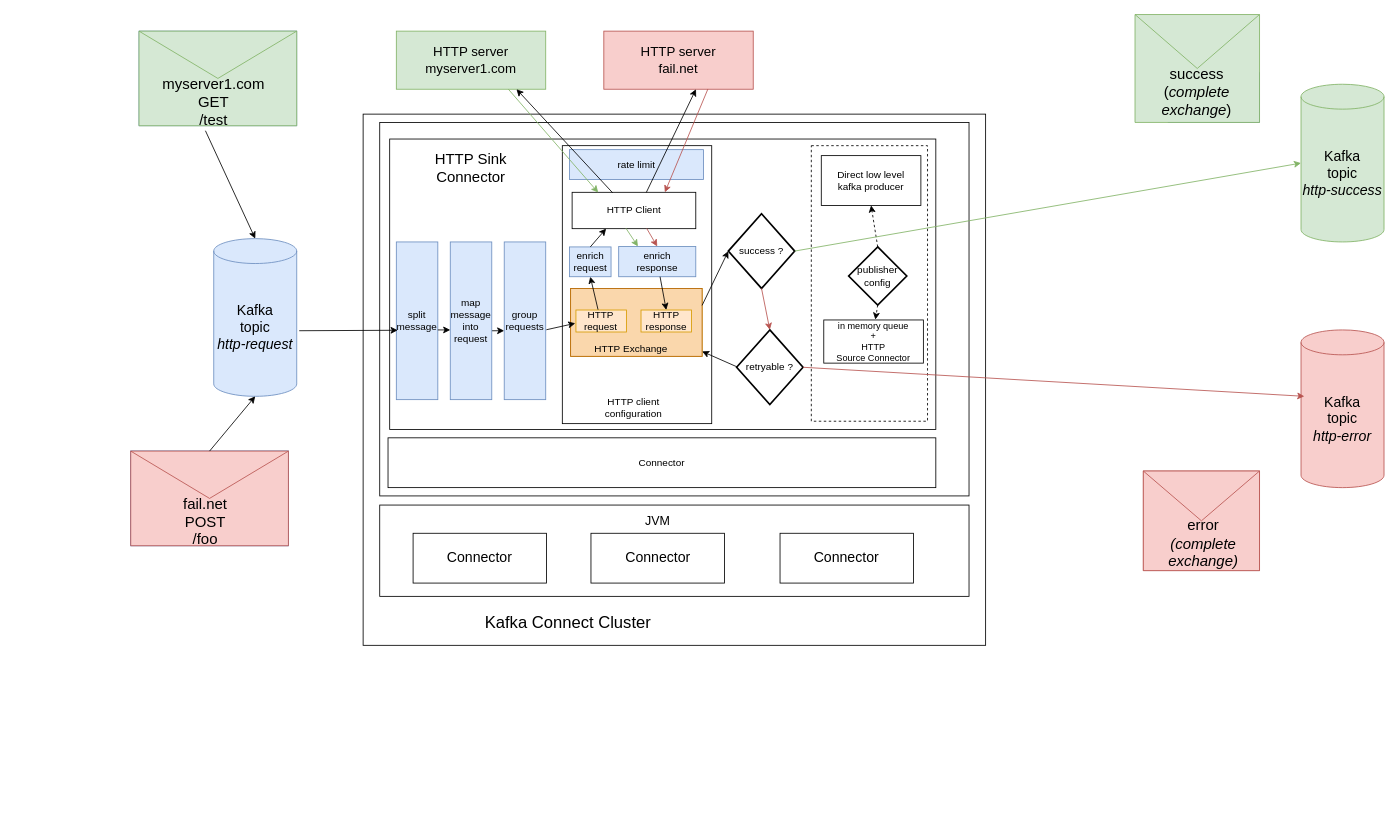
Above: docs/architecture_options_2.drawio in clescot/kafka-connect-http (draw.io), before the change. Source tidied: cells renumbered, new cells numbered last; positions are measured from the earlier drawing's top-left corner, leaving out a move shared by most shapes. Both pictures are drawn from the tidied source at 83%, with x=0, y=0 at pixel (130, 14).
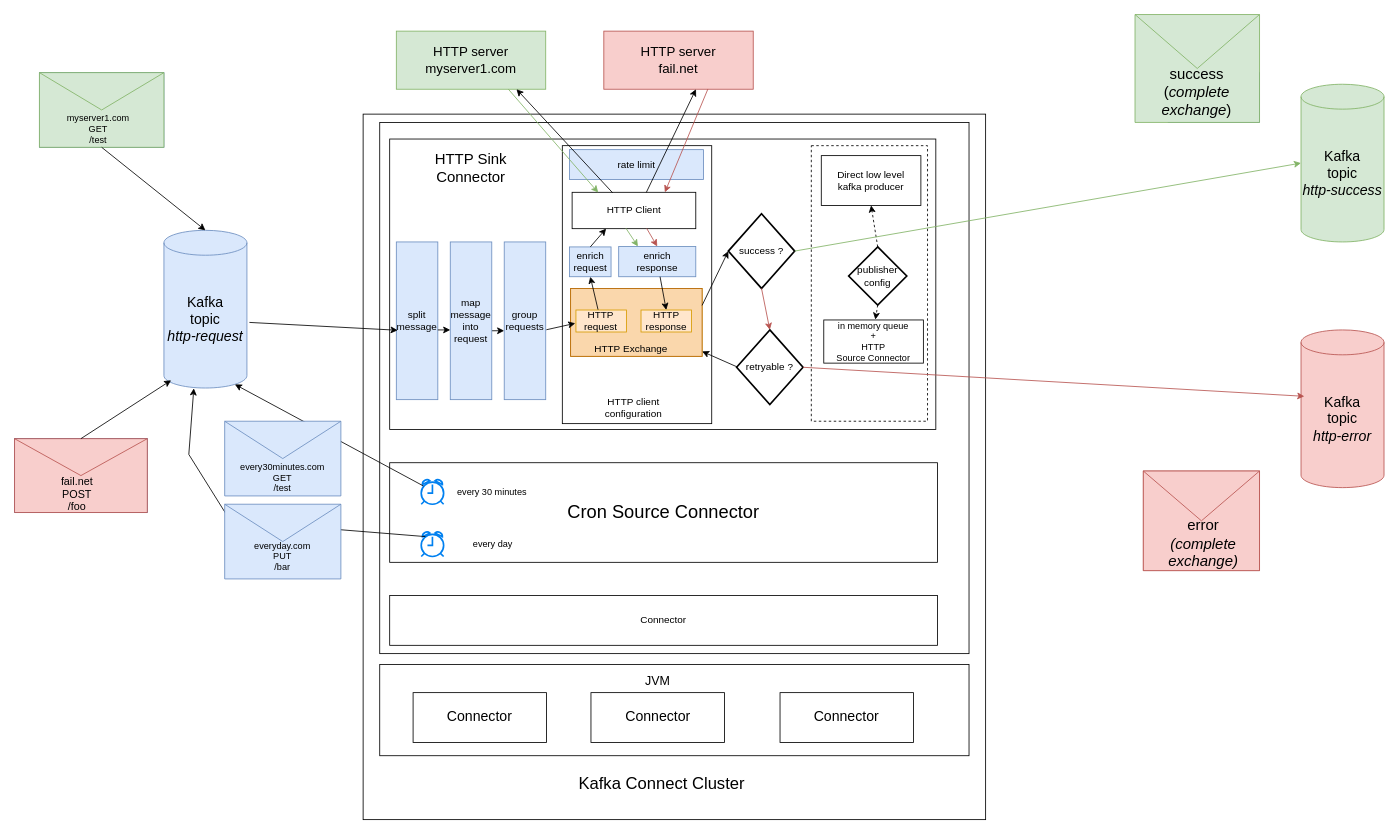
The same diagram, later.

Change to the diagram source:
```diff
@@
     <mxCell id="2" value="&lt;font style=&quot;font-size: 17px;&quot;&gt;Kafka&lt;/font&gt;&lt;div style=&quot;font-size: 17px;&quot;&gt;&lt;font style=&quot;font-size: 17px;&quot;&gt;topic&lt;/font&gt;&lt;/div&gt;&lt;div style=&quot;font-size: 17px;&quot;&gt;&lt;i style=&quot;&quot;&gt;&lt;font style=&quot;font-size: 17px;&quot;&gt;http-request&lt;/font&gt;&lt;/i&gt;&lt;/div&gt;" style="shape=cylinder3;whiteSpace=wrap;html=1;boundedLbl=1;backgroundOutline=1;size=15;fillColor=#dae8fc;strokeColor=#6c8ebf;" parent="1" vertex="1">
-      <mxGeometry x="100" y="270" width="100" height="190" as="geometry" />
+      <mxGeometry x="40" y="260" width="100" height="190" as="geometry" />
     </mxCell>
     <mxCell id="3" style="rounded=0;whiteSpace=wrap;html=1;" parent="1" vertex="1">
-      <mxGeometry x="280" y="120" width="750" height="640" as="geometry" />
+      <mxGeometry x="280" y="120" width="750" height="850" as="geometry" />
     </mxCell>
     <mxCell id="4" style="rounded=0;whiteSpace=wrap;html=1;" parent="1" vertex="1">
-      <mxGeometry x="300" y="130" width="710" height="450" as="geometry" />
+      <mxGeometry x="300" y="130" width="710" height="640" as="geometry" />
     </mxCell>
     <mxCell id="5" value="&lt;font style=&quot;font-size: 20px;&quot;&gt;Kafka Connect Cluster&lt;/font&gt;" style="text;html=1;align=center;verticalAlign=middle;whiteSpace=wrap;rounded=0;" parent="1" vertex="1">
-      <mxGeometry x="422" y="717" width="210" height="30" as="geometry" />
+      <mxGeometry x="535" y="910" width="210" height="30" as="geometry" />
     </mxCell>
     <mxCell id="6" style="group;fillColor=#dae8fc;strokeColor=#6c8ebf;" parent="1" vertex="1">
-      <mxGeometry y="526" width="190" height="114" as="geometry" />
+      <mxGeometry x="-140" y="511" width="160" height="89" as="geometry" />
     </mxCell>
     <mxCell id="7" style="group;fillColor=#dae8fc;strokeColor=#6c8ebf;" parent="6" vertex="1">
-      <mxGeometry width="190" height="114" as="geometry" />
+      <mxGeometry width="160" height="89" as="geometry" />
     </mxCell>
     <mxCell id="8" style="shape=message;html=1;html=1;outlineConnect=0;labelPosition=center;verticalLabelPosition=bottom;align=center;verticalAlign=top;fillColor=#f8cecc;strokeColor=#b85450;" parent="7" vertex="1">
-      <mxGeometry width="190" height="114" as="geometry" />
+      <mxGeometry width="160" height="89" as="geometry" />
     </mxCell>
-    <mxCell id="9" value="&lt;font style=&quot;font-size: 18px;&quot;&gt;fail.net&lt;/font&gt;&lt;div style=&quot;font-size: 18px;&quot;&gt;&lt;font style=&quot;font-size: 18px;&quot;&gt;POST&lt;/font&gt;&lt;/div&gt;&lt;div style=&quot;font-size: 18px;&quot;&gt;&lt;font style=&quot;font-size: 18px;&quot;&gt;/foo&lt;/font&gt;&lt;/div&gt;" style="text;html=1;align=center;verticalAlign=middle;whiteSpace=wrap;rounded=0;" parent="7" vertex="1">
-      <mxGeometry x="10" y="68.8" width="160" height="34.2" as="geometry" />
+    <mxCell id="9" value="&lt;font style=&quot;font-size: 13px;&quot;&gt;fail.net&lt;/font&gt;&lt;div style=&quot;font-size: 13px;&quot;&gt;&lt;font style=&quot;font-size: 13px;&quot;&gt;POST&lt;/font&gt;&lt;/div&gt;&lt;div style=&quot;font-size: 13px;&quot;&gt;&lt;font style=&quot;font-size: 13px;&quot;&gt;/foo&lt;/font&gt;&lt;/div&gt;" style="text;html=1;align=center;verticalAlign=middle;whiteSpace=wrap;rounded=0;" parent="7" vertex="1">
+      <mxGeometry x="8.4" y="53.7" width="134.7" height="26.7" as="geometry" />
     </mxCell>
     <mxCell id="10" style="group;fillColor=#dae8fc;strokeColor=#6c8ebf;" parent="1" vertex="1">
-      <mxGeometry x="10" y="20" width="190" height="114" as="geometry" />
+      <mxGeometry x="-110" y="70" width="150" height="90" as="geometry" />
     </mxCell>
     <mxCell id="11" style="shape=message;html=1;html=1;outlineConnect=0;labelPosition=center;verticalLabelPosition=bottom;align=center;verticalAlign=top;fillColor=#d5e8d4;strokeColor=#82b366;" parent="10" vertex="1">
-      <mxGeometry width="190" height="114" as="geometry" />
+      <mxGeometry width="150" height="90" as="geometry" />
     </mxCell>
-    <mxCell id="12" value="&lt;div style=&quot;font-size: 18px;&quot;&gt;&lt;font style=&quot;font-size: 18px;&quot;&gt;myserver1.com&lt;/font&gt;&lt;/div&gt;&lt;div style=&quot;font-size: 18px;&quot;&gt;&lt;font style=&quot;font-size: 18px;&quot;&gt;GET&lt;/font&gt;&lt;/div&gt;&lt;div style=&quot;font-size: 18px;&quot;&gt;&lt;font style=&quot;font-size: 18px;&quot;&gt;/test&lt;/font&gt;&lt;/div&gt;" style="text;html=1;align=center;verticalAlign=middle;whiteSpace=wrap;rounded=0;" parent="10" vertex="1">
-      <mxGeometry x="10" y="68.8" width="160" height="34.2" as="geometry" />
+    <mxCell id="12" value="&lt;div style=&quot;font-size: 11px;&quot;&gt;&lt;font style=&quot;font-size: 11px;&quot;&gt;myserver1.com&lt;/font&gt;&lt;/div&gt;&lt;div style=&quot;font-size: 11px;&quot;&gt;&lt;font style=&quot;font-size: 11px;&quot;&gt;GET&lt;/font&gt;&lt;/div&gt;&lt;div style=&quot;font-size: 11px;&quot;&gt;&lt;font style=&quot;font-size: 11px;&quot;&gt;/test&lt;/font&gt;&lt;/div&gt;" style="text;html=1;align=center;verticalAlign=middle;whiteSpace=wrap;rounded=0;" parent="10" vertex="1">
+      <mxGeometry x="7.9" y="54.3" width="126.3" height="27" as="geometry" />
     </mxCell>
@@
-    <mxCell id="15" style="endArrow=classic;html=1;rounded=0;entryX=0.5;entryY=0;entryDx=0;entryDy=0;entryPerimeter=0;fillColor=#d5e8d4;strokeColor=#000000;" parent="1" edge="1" target="2">
-      <mxGeometry relative="1" as="geometry">
-        <mxPoint x="90" y="140" as="sourcePoint" />
-      </mxGeometry>
+    <mxCell id="15" style="endArrow=classic;html=1;rounded=0;entryX=0.5;entryY=0;entryDx=0;entryDy=0;entryPerimeter=0;fillColor=#d5e8d4;strokeColor=#000000;exitX=0.5;exitY=1;exitDx=0;exitDy=0;" parent="1" edge="1" source="11" target="2">
+      <mxGeometry relative="1" as="geometry" />
     </mxCell>
-    <mxCell id="16" style="endArrow=classic;html=1;rounded=0;entryX=0.5;entryY=1;entryDx=0;entryDy=0;entryPerimeter=0;exitX=0.5;exitY=0;exitDx=0;exitDy=0;fillColor=#f8cecc;strokeColor=#000000;" parent="1" edge="1" source="8" target="2">
+    <mxCell id="16" style="endArrow=classic;html=1;rounded=0;entryX=0.087;entryY=0.951;entryDx=0;entryDy=0;entryPerimeter=0;exitX=0.5;exitY=0;exitDx=0;exitDy=0;fillColor=#f8cecc;strokeColor=#000000;" parent="1" edge="1" source="8" target="2">
       <mxGeometry relative="1" as="geometry" />
     </mxCell>
@@
     <mxCell id="19" value="Connector" style="rounded=0;whiteSpace=wrap;html=1;" parent="1" vertex="1">
-      <mxGeometry x="310" y="510" width="660" height="60" as="geometry" />
+      <mxGeometry x="312" y="700" width="660" height="60" as="geometry" />
     </mxCell>
@@
     <mxCell id="44" style="group;" parent="1" vertex="1">
-      <mxGeometry x="300" y="591" width="710" height="110" as="geometry" />
+      <mxGeometry x="300" y="783" width="710" height="110" as="geometry" />
     </mxCell>
@@
+    <mxCell id="77" value="&lt;font style=&quot;font-size: 22px;&quot;&gt;Cron Source Connector&lt;/font&gt;" style="rounded=0;whiteSpace=wrap;html=1;" parent="1" vertex="1">
+      <mxGeometry x="312" y="540" width="660" height="120" as="geometry" />
+    </mxCell>
+    <mxCell id="78" style="html=1;verticalLabelPosition=bottom;align=center;labelBackgroundColor=#ffffff;verticalAlign=top;strokeWidth=2;strokeColor=#0080F0;shadow=0;dashed=0;shape=mxgraph.ios7.icons.alarm_clock;" parent="1" vertex="1">
+      <mxGeometry x="350" y="560" width="27" height="30" as="geometry" />
+    </mxCell>
+    <mxCell id="79" style="endArrow=classic;html=1;rounded=0;entryX=0.855;entryY=1;entryDx=0;entryDy=-4.35;entryPerimeter=0;fillColor=#d5e8d4;strokeColor=#000000;exitX=0.099;exitY=0.267;exitDx=0;exitDy=0;exitPerimeter=0;" parent="1" edge="1" source="78" target="2">
+      <mxGeometry relative="1" as="geometry" />
+    </mxCell>
+    <mxCell id="80" style="group;" parent="1" vertex="1">
+      <mxGeometry x="113.2" y="490" width="140" height="90" as="geometry" />
+    </mxCell>
+    <mxCell id="81" style="shape=message;html=1;html=1;labelPosition=center;verticalLabelPosition=bottom;align=center;verticalAlign=top;fillColor=#dae8fc;strokeColor=#6c8ebf;" parent="80" vertex="1">
+      <mxGeometry width="140" height="90" as="geometry" />
+    </mxCell>
+    <mxCell id="82" value="&lt;div style=&quot;font-size: 11px;&quot;&gt;&lt;font style=&quot;font-size: 11px;&quot;&gt;every30minutes.com&lt;/font&gt;&lt;/div&gt;&lt;div style=&quot;font-size: 11px;&quot;&gt;&lt;font style=&quot;font-size: 11px;&quot;&gt;GET&lt;/font&gt;&lt;/div&gt;&lt;div style=&quot;font-size: 11px;&quot;&gt;&lt;font style=&quot;font-size: 11px;&quot;&gt;/test&lt;/font&gt;&lt;/div&gt;" style="text;html=1;align=center;verticalAlign=middle;whiteSpace=wrap;rounded=0;" parent="80" vertex="1">
+      <mxGeometry x="6.8" y="60" width="126.3" height="15" as="geometry" />
+    </mxCell>
+    <mxCell id="83" style="html=1;verticalLabelPosition=bottom;align=center;labelBackgroundColor=#ffffff;verticalAlign=top;strokeWidth=2;strokeColor=#0080F0;shadow=0;dashed=0;shape=mxgraph.ios7.icons.alarm_clock;" parent="1" vertex="1">
+      <mxGeometry x="350" y="623" width="27" height="30" as="geometry" />
+    </mxCell>
+    <mxCell id="84" value="&lt;div style=&quot;font-size: 11px;&quot;&gt;every 30 minutes&lt;/div&gt;" style="text;html=1;align=center;verticalAlign=middle;whiteSpace=wrap;rounded=0;" parent="1" vertex="1">
+      <mxGeometry x="384" y="567.5" width="103.3" height="15" as="geometry" />
+    </mxCell>
+    <mxCell id="85" value="&lt;div style=&quot;font-size: 11px;&quot;&gt;every day&lt;/div&gt;" style="text;html=1;align=center;verticalAlign=middle;whiteSpace=wrap;rounded=0;" parent="1" vertex="1">
+      <mxGeometry x="385" y="630.5" width="103.3" height="15" as="geometry" />
+    </mxCell>
+    <mxCell id="86" style="endArrow=classic;html=1;rounded=0;exitX=0.185;exitY=0.2;exitDx=0;exitDy=0;exitPerimeter=0;entryX=0.36;entryY=1.002;entryDx=0;entryDy=0;entryPerimeter=0;" parent="1" edge="1" source="83" target="2">
+      <mxGeometry relative="1" as="geometry">
+        <Array as="points">
+          <mxPoint x="120" y="610" />
+          <mxPoint x="70" y="530" />
+        </Array>
+      </mxGeometry>
+    </mxCell>
+    <mxCell id="87" style="group;" parent="1" vertex="1">
+      <mxGeometry x="113.2" y="590" width="140" height="90" as="geometry" />
+    </mxCell>
+    <mxCell id="88" style="shape=message;html=1;html=1;labelPosition=center;verticalLabelPosition=bottom;align=center;verticalAlign=top;fillColor=#dae8fc;strokeColor=#6c8ebf;" parent="87" vertex="1">
+      <mxGeometry width="140" height="90" as="geometry" />
+    </mxCell>
+    <mxCell id="89" value="&lt;div style=&quot;font-size: 11px;&quot;&gt;&lt;font style=&quot;font-size: 11px;&quot;&gt;everyday.com&lt;/font&gt;&lt;/div&gt;&lt;div style=&quot;font-size: 11px;&quot;&gt;&lt;font style=&quot;font-size: 11px;&quot;&gt;PUT&lt;/font&gt;&lt;/div&gt;&lt;div style=&quot;font-size: 11px;&quot;&gt;&lt;font style=&quot;font-size: 11px;&quot;&gt;/bar&lt;/font&gt;&lt;/div&gt;" style="text;html=1;align=center;verticalAlign=middle;whiteSpace=wrap;rounded=0;" parent="87" vertex="1">
+      <mxGeometry x="6.8" y="55" width="126.3" height="15" as="geometry" />
+    </mxCell>
```
